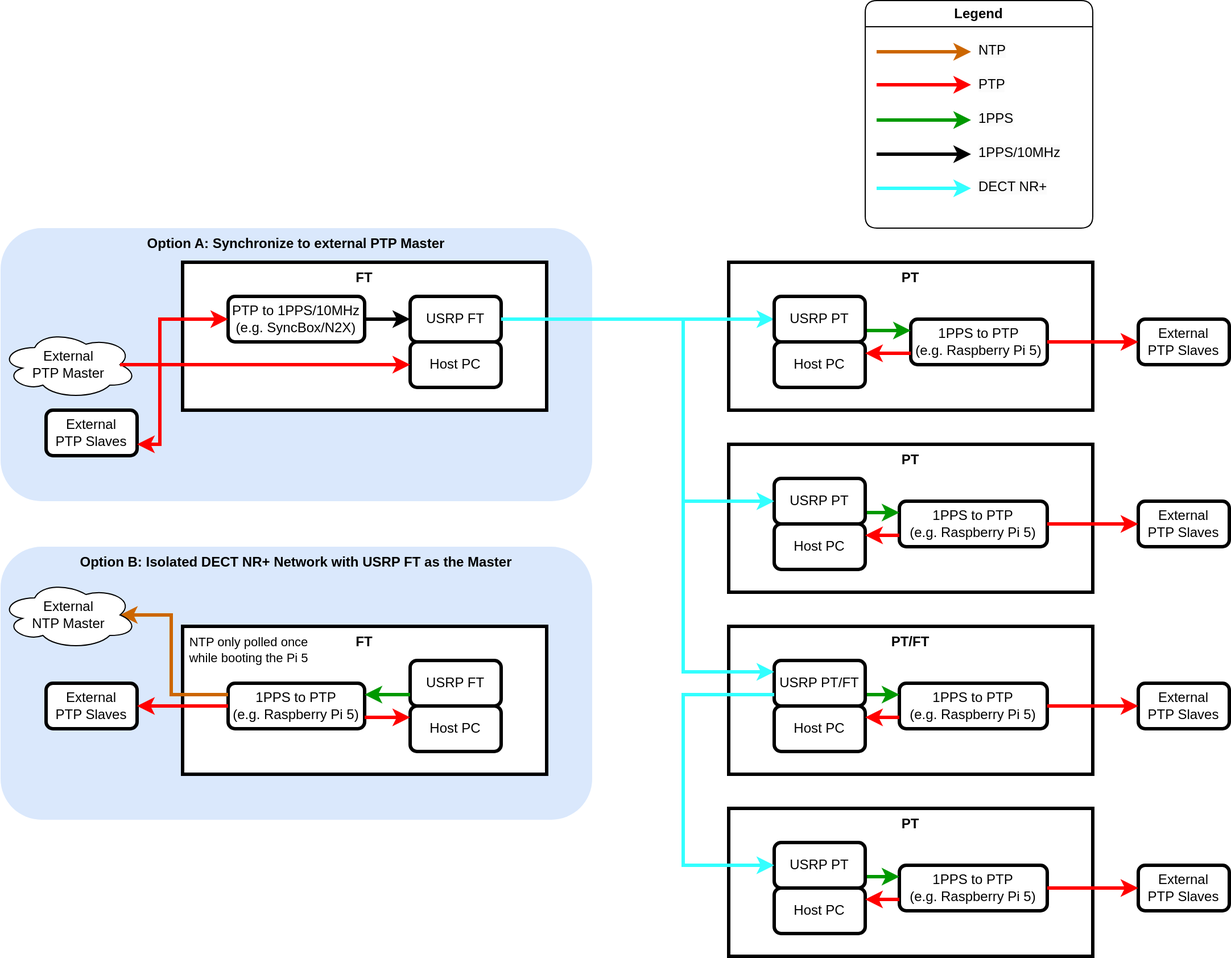
Above: docs/synchronization.drawio.png in maxpenner/DECT-NR-Plus-SDR (draw.io), before the change. Source tidied: cells renumbered, new cells last; positions are measured from the earlier drawing's top-left corner, leaving out a move shared by most shapes.
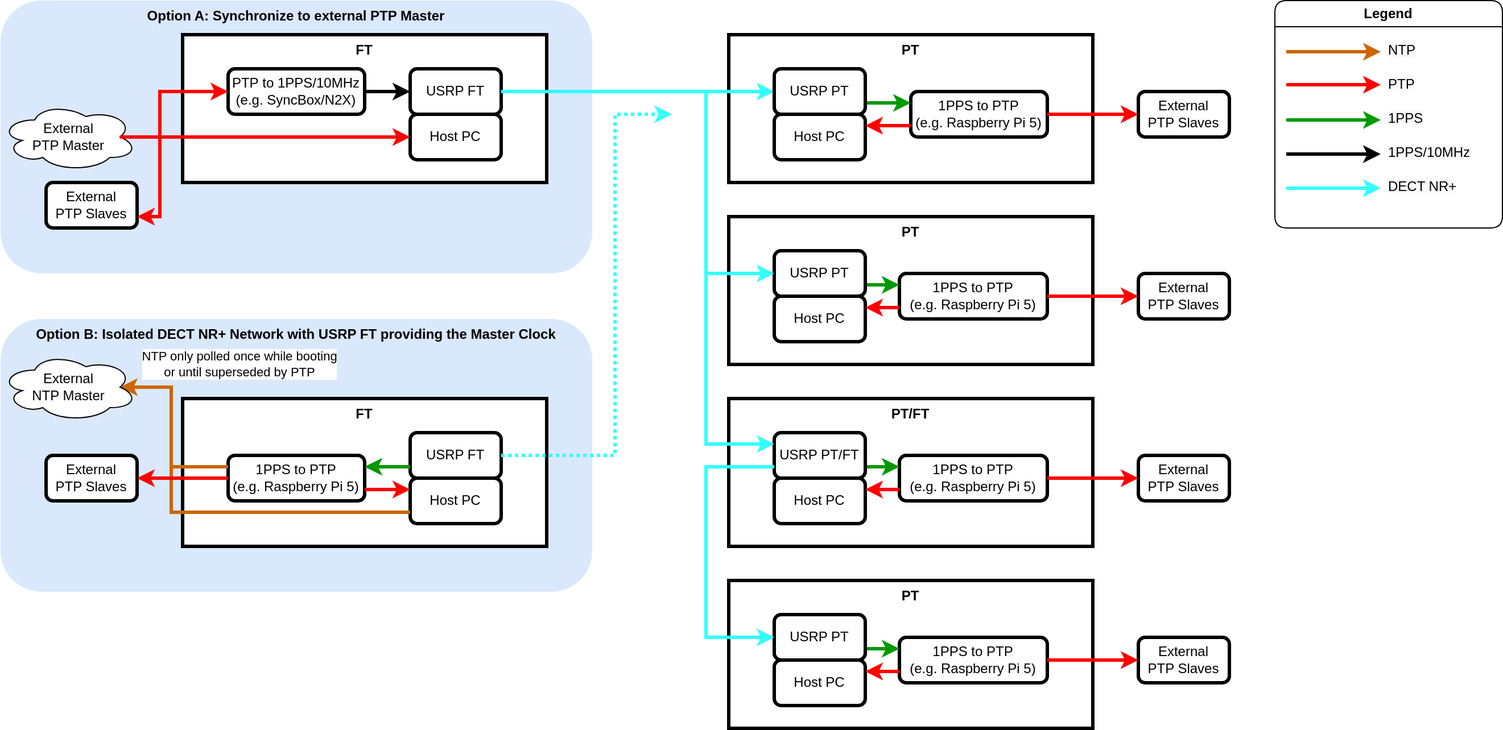
The same diagram one commit later.

What changed in the source:
```diff
@@ -2,7 +2,7 @@
   <root>
     <mxCell id="0" />
     <mxCell id="1" parent="0" />
-    <mxCell id="2" value="&lt;b&gt;Option B: Isolated DECT NR+ Network with USRP FT as the Master&lt;/b&gt;" style="rounded=1;whiteSpace=wrap;html=1;fillColor=#dae8fc;strokeColor=none;verticalAlign=top;dashed=1;" parent="1" vertex="1">
+    <mxCell id="2" value="&lt;b&gt;Option B: Isolated DECT NR+ Network with USRP FT providing the Master Clock&lt;/b&gt;" style="rounded=1;whiteSpace=wrap;html=1;fillColor=#dae8fc;strokeColor=none;verticalAlign=top;dashed=1;" parent="1" vertex="1">
       <mxGeometry y="480" width="520" height="240" as="geometry" />
     </mxCell>
     <mxCell id="3" value="&lt;b&gt;Option A: Synchronize to external PTP Master&lt;/b&gt;" style="rounded=1;whiteSpace=wrap;html=1;fillColor=#dae8fc;strokeColor=none;verticalAlign=top;dashed=1;" parent="1" vertex="1">
@@ -27,7 +27,7 @@
       <mxGeometry x="360" y="620" width="80" height="40" as="geometry" />
     </mxCell>
     <mxCell id="10" value="Legend" style="swimlane;whiteSpace=wrap;html=1;rounded=1;strokeColor=default;swimlaneFillColor=light-dark(#ffffff, #212121);" parent="1" vertex="1">
-      <mxGeometry x="760" width="200" height="200" as="geometry" />
+      <mxGeometry x="1120" y="200" width="200" height="200" as="geometry" />
     </mxCell>
     <mxCell id="11" style="endArrow=classic;html=1;rounded=0;exitX=0;exitY=1;exitDx=0;exitDy=0;strokeColor=light-dark(#000000,#EDEDED);strokeWidth=3;" parent="10" edge="1">
       <mxGeometry relative="1" as="geometry">
@@ -114,9 +114,9 @@
         </Array>
       </mxGeometry>
     </mxCell>
-    <mxCell id="31" value="NTP only&amp;nbsp;&lt;span style=&quot;background-color: light-dark(#ffffff, var(--ge-dark-color, #121212)); color: light-dark(rgb(0, 0, 0), rgb(255, 255, 255));&quot;&gt;polled once&lt;/span&gt;&lt;div&gt;&lt;span style=&quot;background-color: light-dark(#ffffff, var(--ge-dark-color, #121212)); color: light-dark(rgb(0, 0, 0), rgb(255, 255, 255));&quot;&gt;while&lt;/span&gt;&lt;span style=&quot;background-color: light-dark(#ffffff, var(--ge-dark-color, #121212)); color: light-dark(rgb(0, 0, 0), rgb(255, 255, 255));&quot;&gt;&amp;nbsp;&lt;/span&gt;&lt;span style=&quot;color: light-dark(rgb(0, 0, 0), rgb(255, 255, 255)); background-color: light-dark(#ffffff, var(--ge-dark-color, #121212));&quot;&gt;booting the&amp;nbsp;&lt;/span&gt;&lt;span style=&quot;background-color: light-dark(#ffffff, var(--ge-dark-color, #121212)); color: light-dark(rgb(0, 0, 0), rgb(255, 255, 255));&quot;&gt;Pi 5&lt;/span&gt;&lt;/div&gt;" style="edgeLabel;html=1;align=center;verticalAlign=middle;" parent="30" vertex="1">
+    <mxCell id="31" value="NTP only&amp;nbsp;&lt;span style=&quot;background-color: light-dark(#ffffff, var(--ge-dark-color, #121212)); color: light-dark(rgb(0, 0, 0), rgb(255, 255, 255));&quot;&gt;polled once while&amp;nbsp;&lt;/span&gt;&lt;span style=&quot;background-color: light-dark(#ffffff, var(--ge-dark-color, #121212)); color: light-dark(rgb(0, 0, 0), rgb(255, 255, 255));&quot;&gt;booting&lt;/span&gt;&lt;div&gt;&lt;span style=&quot;background-color: light-dark(#ffffff, var(--ge-dark-color, #121212)); color: light-dark(rgb(0, 0, 0), rgb(255, 255, 255));&quot;&gt;or until superseded by PTP&lt;/span&gt;&lt;/div&gt;" style="edgeLabel;html=1;align=center;verticalAlign=middle;" parent="30" vertex="1">
       <mxGeometry x="-0.54" relative="1" as="geometry">
-        <mxPoint x="55" y="-40" as="offset" />
+        <mxPoint x="48" y="-90" as="offset" />
       </mxGeometry>
     </mxCell>
     <mxCell id="32" style="endArrow=classic;html=1;rounded=0;exitX=1;exitY=0.5;exitDx=0;exitDy=0;strokeColor=light-dark(#33FFFF,#EDEDED);strokeWidth=3;entryX=0;entryY=0.5;entryDx=0;entryDy=0;" parent="1" edge="1" source="21" target="37">
@@ -143,9 +143,6 @@
     <mxCell id="39" value="External&lt;div&gt;PTP Slaves&lt;/div&gt;" style="rounded=1;whiteSpace=wrap;html=1;strokeWidth=3;" parent="1" vertex="1">
       <mxGeometry x="40" y="600" width="80" height="40" as="geometry" />
     </mxCell>
-    <mxCell id="40" style="endArrow=classic;html=1;rounded=0;strokeColor=light-dark(#ff0000, #ededed);strokeWidth=3;entryX=1;entryY=0.5;entryDx=0;entryDy=0;exitX=0;exitY=0.5;exitDx=0;exitDy=0;" parent="1" edge="1" source="24" target="39">
-      <mxGeometry relative="1" as="geometry" />
-    </mxCell>
     <mxCell id="41" value="External&lt;div&gt;PTP Slaves&lt;/div&gt;" style="rounded=1;whiteSpace=wrap;html=1;strokeWidth=3;" parent="1" vertex="1">
       <mxGeometry x="1000" y="280" width="80" height="40" as="geometry" />
     </mxCell>
@@ -212,11 +209,11 @@
     <mxCell id="60" value="External&lt;div&gt;NTP Master&lt;/div&gt;" style="ellipse;shape=cloud;whiteSpace=wrap;html=1;" parent="1" vertex="1">
       <mxGeometry y="510" width="120" height="60" as="geometry" />
     </mxCell>
-    <mxCell id="61" style="endArrow=classic;html=1;rounded=0;exitX=1;exitY=0.5;exitDx=0;exitDy=0;strokeColor=light-dark(#33FFFF,#EDEDED);strokeWidth=3;entryX=0;entryY=0.25;entryDx=0;entryDy=0;" parent="1" edge="1" source="21" target="56">
+    <mxCell id="61" style="endArrow=classic;html=1;rounded=0;strokeColor=light-dark(#33FFFF,#EDEDED);strokeWidth=3;entryX=0;entryY=0.25;entryDx=0;entryDy=0;" parent="1" edge="1" target="56">
       <mxGeometry relative="1" as="geometry">
+        <mxPoint x="620" y="440" as="sourcePoint" />
         <Array as="points">
-          <mxPoint x="600" y="280" />
-          <mxPoint x="600" y="590" />
+          <mxPoint x="620" y="590" />
         </Array>
       </mxGeometry>
     </mxCell>
@@ -247,18 +244,38 @@
     <mxCell id="70" style="endArrow=classic;html=1;rounded=0;exitX=0;exitY=0.75;exitDx=0;exitDy=0;strokeColor=light-dark(#33FFFF,#EDEDED);strokeWidth=3;entryX=0;entryY=0.5;entryDx=0;entryDy=0;" parent="1" edge="1" source="56" target="67">
       <mxGeometry relative="1" as="geometry">
         <Array as="points">
-          <mxPoint x="600" y="610" />
-          <mxPoint x="600" y="760" />
+          <mxPoint x="620" y="610" />
+          <mxPoint x="620" y="760" />
         </Array>
       </mxGeometry>
     </mxCell>
-    <mxCell id="71" style="endArrow=classic;html=1;rounded=0;exitX=1;exitY=0.5;exitDx=0;exitDy=0;strokeColor=light-dark(#33FFFF,#EDEDED);strokeWidth=3;entryX=0;entryY=0.5;entryDx=0;entryDy=0;" parent="1" edge="1" source="21" target="48">
+    <mxCell id="71" style="endArrow=classic;html=1;rounded=0;strokeColor=light-dark(#33FFFF,#EDEDED);strokeWidth=3;entryX=0;entryY=0.5;entryDx=0;entryDy=0;" parent="1" edge="1" target="48">
       <mxGeometry relative="1" as="geometry">
+        <mxPoint x="620" y="280" as="sourcePoint" />
         <Array as="points">
-          <mxPoint x="600" y="280" />
-          <mxPoint x="600" y="440" />
+          <mxPoint x="620" y="440" />
         </Array>
       </mxGeometry>
     </mxCell>
+    <mxCell id="72" style="endArrow=none;html=1;rounded=0;exitX=0;exitY=0.75;exitDx=0;exitDy=0;strokeColor=light-dark(#CC6600,#EDEDED);strokeWidth=3;startFill=0;" parent="1" edge="1" source="9">
+      <mxGeometry relative="1" as="geometry">
+        <mxPoint x="150" y="610" as="targetPoint" />
+        <Array as="points">
+          <mxPoint x="150" y="650" />
+        </Array>
+      </mxGeometry>
+    </mxCell>
+    <mxCell id="40" style="endArrow=classic;html=1;rounded=0;strokeColor=light-dark(#ff0000, #ededed);strokeWidth=3;entryX=1;entryY=0.5;entryDx=0;entryDy=0;exitX=0;exitY=0.5;exitDx=0;exitDy=0;" parent="1" edge="1" source="24" target="39">
+      <mxGeometry relative="1" as="geometry" />
+    </mxCell>
+    <mxCell id="73" style="endArrow=classic;html=1;rounded=0;exitX=1;exitY=0.5;exitDx=0;exitDy=0;strokeColor=light-dark(#33FFFF,#EDEDED);strokeWidth=3;dashed=1;dashPattern=1 1;" parent="1" edge="1" source="8">
+      <mxGeometry relative="1" as="geometry">
+        <mxPoint x="590" y="300" as="targetPoint" />
+        <Array as="points">
+          <mxPoint x="540" y="600" />
+          <mxPoint x="540" y="300" />
+        </Array>
+      </mxGeometry>
+    </mxCell>
   </root>
 </mxGraphModel>
```
